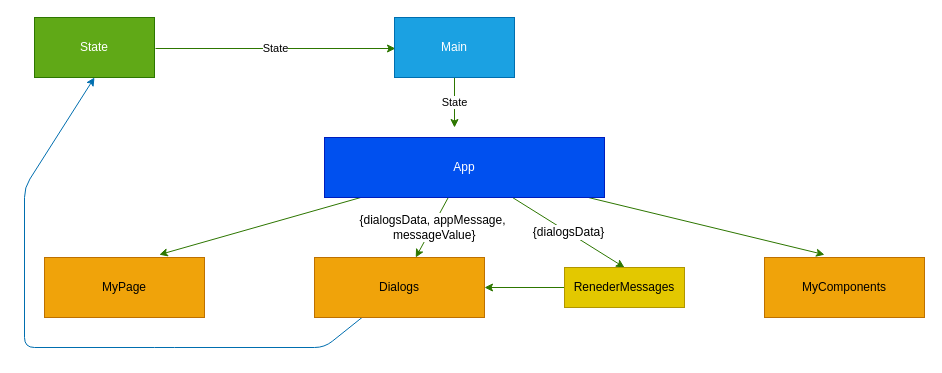
Earlier version of the draw.io diagram arhitecture.drawio (Yalanday/v-Reacte). Source tidied: cells renumbered, new cells numbered last; positions are measured from the earlier drawing's top-left corner, leaving out a move shared by most shapes. Both pictures are drawn from the tidied source at 100%, with x=0, y=0 at pixel (24, 17).
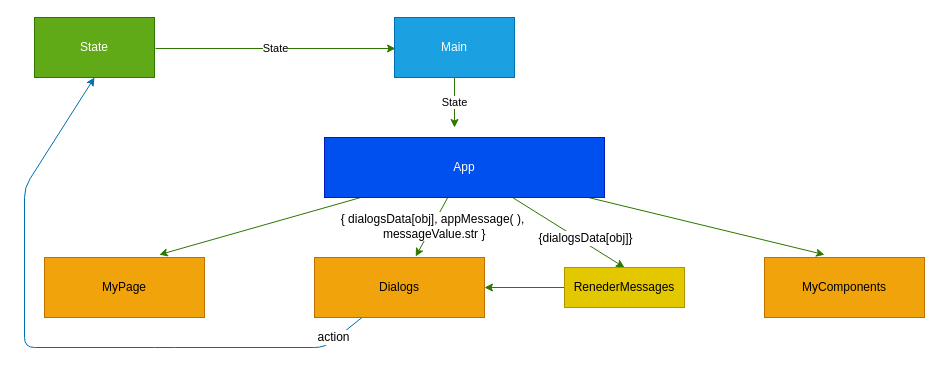
The same diagram, later.

Unchanged cells that the change refers to:
```xml
<mxCell id="3" value="State&lt;br&gt;" style="rounded=0;whiteSpace=wrap;html=1;fillColor=#60a917;fontColor=#ffffff;strokeColor=#2D7600;" parent="1" vertex="1">
  <mxGeometry x="10" width="120" height="60" as="geometry" />
</mxCell>
<mxCell id="10" value="App&lt;br&gt;" style="rounded=0;whiteSpace=wrap;html=1;fillColor=#0050ef;fontColor=#ffffff;strokeColor=#001DBC;" parent="1" vertex="1">
  <mxGeometry x="300" y="120" width="280" height="60" as="geometry" />
</mxCell>
<mxCell id="13" value="Dialogs" style="rounded=0;whiteSpace=wrap;html=1;fillColor=#f0a30a;fontColor=#000000;strokeColor=#BD7000;" parent="1" vertex="1">
  <mxGeometry x="290" y="240" width="170" height="60" as="geometry" />
</mxCell>
<mxCell id="16" value="&lt;font style=&quot;font-size: 12px;&quot;&gt;RenederMessages&lt;/font&gt;" style="rounded=0;whiteSpace=wrap;html=1;fillColor=#e3c800;fontColor=#000000;strokeColor=#B09500;" parent="1" vertex="1">
  <mxGeometry x="540" y="250" width="120" height="40" as="geometry" />
</mxCell>
```

The edit, as a diff of the source:
```diff
@@
-    <mxCell id="6" value="{dialogsData, appMessage,&lt;br&gt;&amp;nbsp;messageValue}" style="edgeStyle=none;html=1;fontSize=12;fillColor=#60a917;strokeColor=#2D7600;" parent="1" edge="1" source="10" target="13">
-      <mxGeometry relative="1" as="geometry" />
+    <mxCell id="6" value="{ dialogsData[obj], appMessage( ),&lt;br&gt;&amp;nbsp;messageValue.str }" style="edgeStyle=none;html=1;fontSize=12;fillColor=#60a917;strokeColor=#2D7600;" parent="1" edge="1">
+      <mxGeometry relative="1" as="geometry">
+        <mxPoint x="423.8" y="179" as="sourcePoint" />
+        <mxPoint x="391.2" y="239" as="targetPoint" />
+      </mxGeometry>
     </mxCell>
-    <mxCell id="7" value="{dialogsData}&lt;br&gt;" style="edgeStyle=none;html=1;entryX=0.5;entryY=0;entryDx=0;entryDy=0;fontSize=12;fillColor=#60a917;strokeColor=#2D7600;" parent="1" edge="1" source="10" target="16">
-      <mxGeometry relative="1" as="geometry" />
+    <mxCell id="7" value="{dialogsData[obj]}" style="edgeStyle=none;html=1;entryX=0.5;entryY=0;entryDx=0;entryDy=0;fontSize=12;fillColor=#60a917;strokeColor=#2D7600;" parent="1" edge="1" source="10" target="16">
+      <mxGeometry x="0.25" y="4" relative="1" as="geometry" />
     </mxCell>
@@
-    <mxCell id="12" style="edgeStyle=none;html=1;fontSize=12;entryX=0.5;entryY=1;entryDx=0;entryDy=0;fillColor=#1ba1e2;strokeColor=#006EAF;" parent="1" edge="1" source="13" target="3">
-      <mxGeometry relative="1" as="geometry">
+    <mxCell id="12" value="action" style="edgeStyle=none;html=1;fontSize=12;entryX=0.5;entryY=1;entryDx=0;entryDy=0;fillColor=#1ba1e2;strokeColor=#006EAF;" parent="1" edge="1" source="13" target="3">
+      <mxGeometry x="-0.89" y="-2" relative="1" as="geometry">
         <Array as="points">
           <mxPoint x="300" y="330" />
           <mxPoint x="140" y="330" />
           <mxPoint y="330" />
           <mxPoint y="170" />
         </Array>
       </mxGeometry>
     </mxCell>
```
